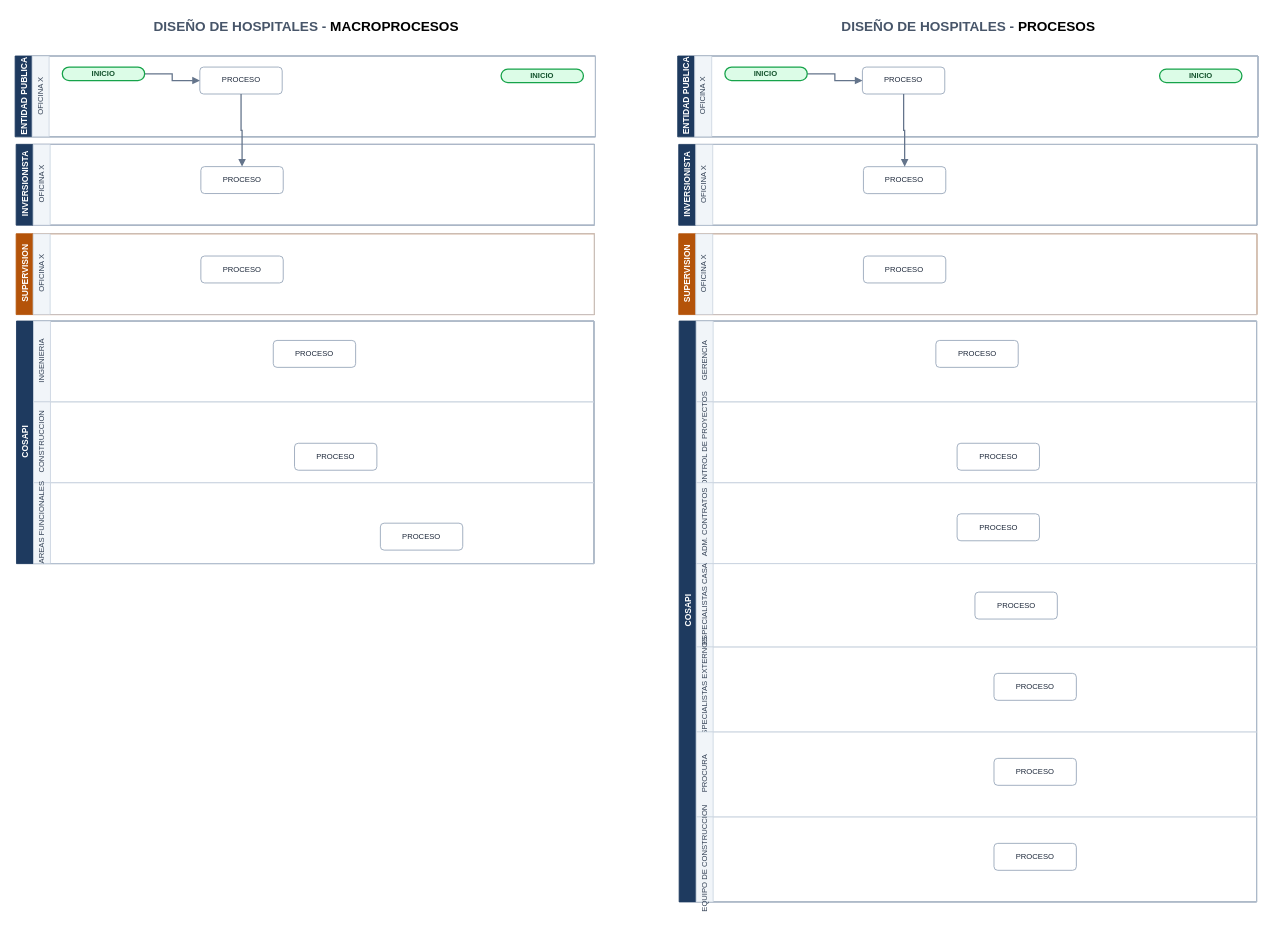
The draw.io diagram flujogramas_v2/Mapa_Diseno_de_Hospitales_revA.drawio in ehchavezm-hub/15-otazangaro, before the edit. Source tidied: cells renumbered, new cells numbered last; positions are measured from the earlier drawing's top-left corner, leaving out a move shared by most shapes. Both pictures are drawn from the tidied source at 85%, with x=0, y=0 at pixel (14, 14).
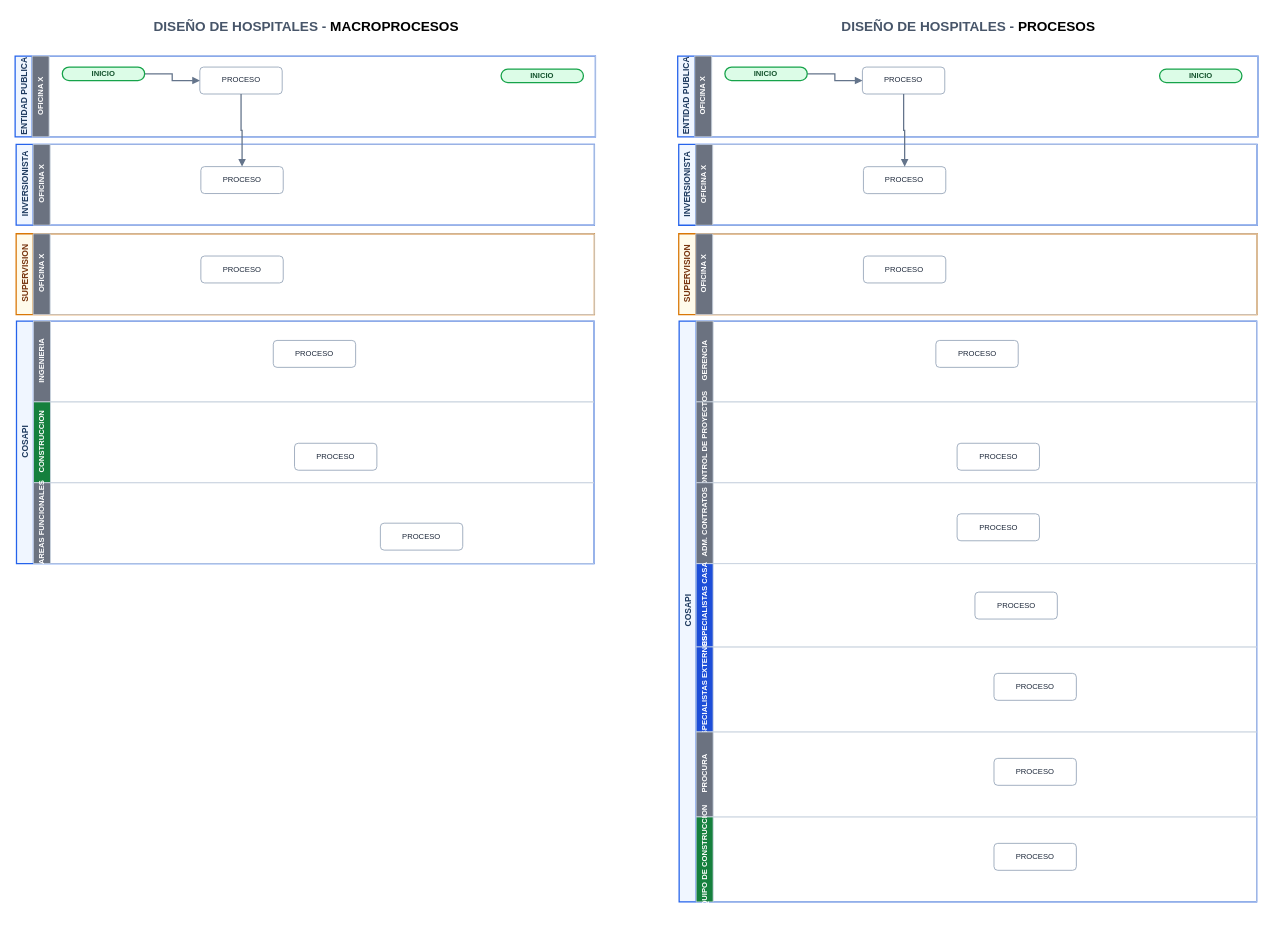
After the change.

What changed in the source:
```diff
@@
-    <mxCell id="3" value="INVERSIONISTA" style="swimlane;startFill=1;horizontal=0;startSize=20;html=1;fillColor=#1E3A5F;strokeColor=#1E3A5F;fontColor=#FFFFFF;fontFamily=Helvetica;fontSize=10;fontStyle=1;swimlaneLine=1;" parent="1" vertex="1">
+    <mxCell id="3" value="INVERSIONISTA" style="swimlane;startFill=0;horizontal=0;startSize=20;html=1;swimlaneLine=1;fillColor=#F0F6FF;strokeColor=#2563EB;strokeWidth=1.5;fontColor=#1E3A5F;fontFamily=Helvetica;fontSize=10;fontStyle=1;" parent="1" vertex="1">
       <mxGeometry x="1.5" y="152.3" width="680.3" height="95.1" as="geometry" />
     </mxCell>
-    <mxCell id="4" value="OFICINA X" style="swimlane;startFill=1;swimlaneLine=1;startSize=20;horizontal=0;html=1;fillColor=#F1F5F9;strokeColor=#CBD5E1;fontColor=#334155;fontFamily=Helvetica;fontSize=9;fontStyle=0;" parent="3" vertex="1">
+    <mxCell id="4" value="OFICINA X" style="swimlane;startFill=1;swimlaneLine=1;startSize=20;horizontal=0;html=1;fillColor=#6B7280;strokeColor=#CBD5E1;fontColor=#FFFFFF;fontFamily=Helvetica;fontSize=9;fontStyle=1;" parent="3" vertex="1">
       <mxGeometry x="20" width="660.3" height="95.1" as="geometry" />
     </mxCell>
@@
-    <mxCell id="6" value="COSAPI" style="swimlane;startFill=1;horizontal=0;startSize=20;html=1;fillColor=#1E3A5F;strokeColor=#1E3A5F;fontColor=#FFFFFF;fontFamily=Helvetica;fontSize=10;fontStyle=1;swimlaneLine=1;" parent="1" vertex="1">
+    <mxCell id="6" value="COSAPI" style="swimlane;startFill=0;horizontal=0;startSize=20;html=1;swimlaneLine=1;fillColor=#F0F6FF;strokeColor=#2563EB;strokeWidth=1.5;fontColor=#1E3A5F;fontFamily=Helvetica;fontSize=10;fontStyle=1;" parent="1" vertex="1">
       <mxGeometry x="1.9" y="360.2" width="679.4" height="285.4" as="geometry" />
     </mxCell>
-    <mxCell id="7" value="INGENIERIA" style="swimlane;startFill=1;swimlaneLine=1;startSize=20;horizontal=0;html=1;fillColor=#F1F5F9;strokeColor=#CBD5E1;fontColor=#334155;fontFamily=Helvetica;fontSize=9;fontStyle=0;" parent="6" vertex="1">
+    <mxCell id="7" value="INGENIERIA" style="swimlane;startFill=1;swimlaneLine=1;startSize=20;horizontal=0;html=1;fillColor=#6B7280;strokeColor=#CBD5E1;fontColor=#FFFFFF;fontFamily=Helvetica;fontSize=9;fontStyle=1;" parent="6" vertex="1">
       <mxGeometry x="20" width="659.4" height="95.1" as="geometry" />
     </mxCell>
-    <mxCell id="8" value="CONSTRUCCION" style="swimlane;startFill=1;swimlaneLine=1;startSize=20;horizontal=0;html=1;fillColor=#F1F5F9;strokeColor=#CBD5E1;fontColor=#334155;fontFamily=Helvetica;fontSize=9;fontStyle=0;" parent="6" vertex="1">
+    <mxCell id="8" value="CONSTRUCCION" style="swimlane;startFill=1;swimlaneLine=1;startSize=20;horizontal=0;html=1;fillColor=#15803D;strokeColor=#CBD5E1;fontColor=#FFFFFF;fontFamily=Helvetica;fontSize=9;fontStyle=1;" parent="6" vertex="1">
       <mxGeometry x="20" y="95.1" width="659.4" height="95.1" as="geometry" />
     </mxCell>
-    <mxCell id="9" value="AREAS FUNCIONALES" style="swimlane;startFill=1;swimlaneLine=1;startSize=20;horizontal=0;html=1;fillColor=#F1F5F9;strokeColor=#CBD5E1;fontColor=#334155;fontFamily=Helvetica;fontSize=9;fontStyle=0;" parent="6" vertex="1">
+    <mxCell id="9" value="AREAS FUNCIONALES" style="swimlane;startFill=1;swimlaneLine=1;startSize=20;horizontal=0;html=1;fillColor=#6B7280;strokeColor=#CBD5E1;fontColor=#FFFFFF;fontFamily=Helvetica;fontSize=9;fontStyle=1;" parent="6" vertex="1">
       <mxGeometry x="20" y="190.2" width="659.4" height="95.1" as="geometry" />
     </mxCell>
-    <mxCell id="10" value="ENTIDAD PUBLICA" style="swimlane;startFill=1;horizontal=0;startSize=20;html=1;fillColor=#1E3A5F;strokeColor=#1E3A5F;fontColor=#FFFFFF;fontFamily=Helvetica;fontSize=10;fontStyle=1;swimlaneLine=1;" parent="1" vertex="1">
+    <mxCell id="10" value="ENTIDAD PUBLICA" style="swimlane;startFill=0;horizontal=0;startSize=20;html=1;swimlaneLine=1;fillColor=#F0F6FF;strokeColor=#2563EB;strokeWidth=1.5;fontColor=#1E3A5F;fontFamily=Helvetica;fontSize=10;fontStyle=1;" parent="1" vertex="1">
       <mxGeometry x="0.3" y="48.4" width="682.7" height="95.1" as="geometry" />
     </mxCell>
-    <mxCell id="11" value="OFICINA X" style="swimlane;startFill=1;swimlaneLine=1;startSize=20;horizontal=0;html=1;fillColor=#F1F5F9;strokeColor=#CBD5E1;fontColor=#334155;fontFamily=Helvetica;fontSize=9;fontStyle=0;" parent="10" vertex="1">
+    <mxCell id="11" value="OFICINA X" style="swimlane;startFill=1;swimlaneLine=1;startSize=20;horizontal=0;html=1;fillColor=#6B7280;strokeColor=#CBD5E1;fontColor=#FFFFFF;fontFamily=Helvetica;fontSize=9;fontStyle=1;" parent="10" vertex="1">
       <mxGeometry x="20" width="662.7" height="95.1" as="geometry" />
     </mxCell>
@@
-    <mxCell id="17" value="SUPERVISION" style="swimlane;startFill=1;horizontal=0;startSize=20;html=1;fillColor=#B45309;strokeColor=#B45309;fontColor=#FFFFFF;fontFamily=Helvetica;fontSize=10;fontStyle=1;swimlaneLine=1;" parent="1" vertex="1">
+    <mxCell id="17" value="SUPERVISION" style="swimlane;startFill=0;horizontal=0;startSize=20;html=1;swimlaneLine=1;fillColor=#FFFBEB;strokeColor=#D97706;strokeWidth=1.5;fontColor=#78350F;fontFamily=Helvetica;fontSize=10;fontStyle=1;" parent="1" vertex="1">
       <mxGeometry x="1.5" y="257.5" width="680.3" height="95.1" as="geometry" />
     </mxCell>
-    <mxCell id="18" value="OFICINA X" style="swimlane;startFill=1;swimlaneLine=1;startSize=20;horizontal=0;html=1;fillColor=#F1F5F9;strokeColor=#CBD5E1;fontColor=#334155;fontFamily=Helvetica;fontSize=9;fontStyle=0;" parent="17" vertex="1">
+    <mxCell id="18" value="OFICINA X" style="swimlane;startFill=1;swimlaneLine=1;startSize=20;horizontal=0;html=1;fillColor=#6B7280;strokeColor=#CBD5E1;fontColor=#FFFFFF;fontFamily=Helvetica;fontSize=9;fontStyle=1;" parent="17" vertex="1">
       <mxGeometry x="20" width="660.3" height="95.1" as="geometry" />
     </mxCell>
@@
-    <mxCell id="23" value="INVERSIONISTA" style="swimlane;startFill=1;horizontal=0;startSize=20;html=1;fillColor=#1E3A5F;strokeColor=#1E3A5F;fontColor=#FFFFFF;fontFamily=Helvetica;fontSize=10;fontStyle=1;swimlaneLine=1;" parent="1" vertex="1">
+    <mxCell id="23" value="INVERSIONISTA" style="swimlane;startFill=0;horizontal=0;startSize=20;html=1;swimlaneLine=1;fillColor=#F0F6FF;strokeColor=#2563EB;strokeWidth=1.5;fontColor=#1E3A5F;fontFamily=Helvetica;fontSize=10;fontStyle=1;" parent="1" vertex="1">
       <mxGeometry x="781" y="152.4" width="680.3" height="95.1" as="geometry" />
     </mxCell>
-    <mxCell id="24" value="OFICINA X" style="swimlane;startFill=1;swimlaneLine=1;startSize=20;horizontal=0;html=1;fillColor=#F1F5F9;strokeColor=#CBD5E1;fontColor=#334155;fontFamily=Helvetica;fontSize=9;fontStyle=0;" parent="23" vertex="1">
+    <mxCell id="24" value="OFICINA X" style="swimlane;startFill=1;swimlaneLine=1;startSize=20;horizontal=0;html=1;fillColor=#6B7280;strokeColor=#CBD5E1;fontColor=#FFFFFF;fontFamily=Helvetica;fontSize=9;fontStyle=1;" parent="23" vertex="1">
       <mxGeometry x="20" width="660.3" height="95.1" as="geometry" />
     </mxCell>
@@
-    <mxCell id="26" value="COSAPI" style="swimlane;startFill=1;horizontal=0;startSize=20;html=1;fillColor=#1E3A5F;strokeColor=#1E3A5F;fontColor=#FFFFFF;fontFamily=Helvetica;fontSize=10;fontStyle=1;swimlaneLine=1;" parent="1" vertex="1">
+    <mxCell id="26" value="COSAPI" style="swimlane;startFill=0;horizontal=0;startSize=20;html=1;swimlaneLine=1;fillColor=#F0F6FF;strokeColor=#2563EB;strokeWidth=1.5;fontColor=#1E3A5F;fontFamily=Helvetica;fontSize=10;fontStyle=1;" parent="1" vertex="1">
       <mxGeometry x="781.5" y="360.2" width="679.4" height="683.4" as="geometry" />
     </mxCell>
-    <mxCell id="27" value="GERENCIA" style="swimlane;startFill=1;swimlaneLine=1;startSize=20;horizontal=0;html=1;fillColor=#F1F5F9;strokeColor=#CBD5E1;fontColor=#334155;fontFamily=Helvetica;fontSize=9;fontStyle=0;" parent="26" vertex="1">
+    <mxCell id="27" value="GERENCIA" style="swimlane;startFill=1;swimlaneLine=1;startSize=20;horizontal=0;html=1;fillColor=#6B7280;strokeColor=#CBD5E1;fontColor=#FFFFFF;fontFamily=Helvetica;fontSize=9;fontStyle=1;" parent="26" vertex="1">
       <mxGeometry x="20" width="659.4" height="95.1" as="geometry" />
     </mxCell>
-    <mxCell id="28" value="CONTROL DE PROYECTOS" style="swimlane;startFill=1;swimlaneLine=1;startSize=20;horizontal=0;html=1;fillColor=#F1F5F9;strokeColor=#CBD5E1;fontColor=#334155;fontFamily=Helvetica;fontSize=9;fontStyle=0;" parent="26" vertex="1">
+    <mxCell id="28" value="CONTROL DE PROYECTOS" style="swimlane;startFill=1;swimlaneLine=1;startSize=20;horizontal=0;html=1;fillColor=#6B7280;strokeColor=#CBD5E1;fontColor=#FFFFFF;fontFamily=Helvetica;fontSize=9;fontStyle=1;" parent="26" vertex="1">
       <mxGeometry x="20" y="95.1" width="659.4" height="95.1" as="geometry" />
     </mxCell>
-    <mxCell id="29" value="ADM. CONTRATOS" style="swimlane;startFill=1;swimlaneLine=1;startSize=20;horizontal=0;html=1;fillColor=#F1F5F9;strokeColor=#CBD5E1;fontColor=#334155;fontFamily=Helvetica;fontSize=9;fontStyle=0;" parent="26" vertex="1">
+    <mxCell id="29" value="ADM. CONTRATOS" style="swimlane;startFill=1;swimlaneLine=1;startSize=20;horizontal=0;html=1;fillColor=#6B7280;strokeColor=#CBD5E1;fontColor=#FFFFFF;fontFamily=Helvetica;fontSize=9;fontStyle=1;" parent="26" vertex="1">
       <mxGeometry x="20" y="190.2" width="659.4" height="95.1" as="geometry" />
     </mxCell>
-    <mxCell id="30" value="ESPECIALISTAS CASA" style="swimlane;startFill=1;swimlaneLine=1;startSize=20;horizontal=0;html=1;fillColor=#F1F5F9;strokeColor=#CBD5E1;fontColor=#334155;fontFamily=Helvetica;fontSize=9;fontStyle=0;" parent="26" vertex="1">
+    <mxCell id="30" value="ESPECIALISTAS CASA" style="swimlane;startFill=1;swimlaneLine=1;startSize=20;horizontal=0;html=1;fillColor=#1D4ED8;strokeColor=#CBD5E1;fontColor=#FFFFFF;fontFamily=Helvetica;fontSize=9;fontStyle=1;" parent="26" vertex="1">
       <mxGeometry x="20" y="285.4" width="659.4" height="98.1" as="geometry" />
     </mxCell>
@@
-    <mxCell id="32" value="ESPECIALISTAS EXTERNOS" style="swimlane;startFill=1;swimlaneLine=1;startSize=20;horizontal=0;html=1;fillColor=#F1F5F9;strokeColor=#CBD5E1;fontColor=#334155;fontFamily=Helvetica;fontSize=9;fontStyle=0;" parent="26" vertex="1">
+    <mxCell id="32" value="ESPECIALISTAS EXTERNOS" style="swimlane;startFill=1;swimlaneLine=1;startSize=20;horizontal=0;html=1;fillColor=#1D4ED8;strokeColor=#CBD5E1;fontColor=#FFFFFF;fontFamily=Helvetica;fontSize=9;fontStyle=1;" parent="26" vertex="1">
       <mxGeometry x="20" y="383.4" width="659.4" height="100" as="geometry" />
     </mxCell>
@@
-    <mxCell id="34" value="PROCURA" style="swimlane;startFill=1;swimlaneLine=1;startSize=20;horizontal=0;html=1;fillColor=#F1F5F9;strokeColor=#CBD5E1;fontColor=#334155;fontFamily=Helvetica;fontSize=9;fontStyle=0;" parent="26" vertex="1">
+    <mxCell id="34" value="PROCURA" style="swimlane;startFill=1;swimlaneLine=1;startSize=20;horizontal=0;html=1;fillColor=#6B7280;strokeColor=#CBD5E1;fontColor=#FFFFFF;fontFamily=Helvetica;fontSize=9;fontStyle=1;" parent="26" vertex="1">
       <mxGeometry x="20" y="483.4" width="659.4" height="100" as="geometry" />
     </mxCell>
@@
-    <mxCell id="36" value="EQUIPO DE CONSTRUCCION" style="swimlane;startFill=1;swimlaneLine=1;startSize=20;horizontal=0;html=1;fillColor=#F1F5F9;strokeColor=#CBD5E1;fontColor=#334155;fontFamily=Helvetica;fontSize=9;fontStyle=0;" parent="26" vertex="1">
+    <mxCell id="36" value="EQUIPO DE CONSTRUCCION" style="swimlane;startFill=1;swimlaneLine=1;startSize=20;horizontal=0;html=1;fillColor=#15803D;strokeColor=#CBD5E1;fontColor=#FFFFFF;fontFamily=Helvetica;fontSize=9;fontStyle=1;" parent="26" vertex="1">
       <mxGeometry x="20" y="583.4" width="659.4" height="100" as="geometry" />
     </mxCell>
@@
-    <mxCell id="38" value="ENTIDAD PUBLICA" style="swimlane;startFill=1;horizontal=0;startSize=20;html=1;fillColor=#1E3A5F;strokeColor=#1E3A5F;fontColor=#FFFFFF;fontFamily=Helvetica;fontSize=10;fontStyle=1;swimlaneLine=1;" parent="1" vertex="1">
+    <mxCell id="38" value="ENTIDAD PUBLICA" style="swimlane;startFill=0;horizontal=0;startSize=20;html=1;swimlaneLine=1;fillColor=#F0F6FF;strokeColor=#2563EB;strokeWidth=1.5;fontColor=#1E3A5F;fontFamily=Helvetica;fontSize=10;fontStyle=1;" parent="1" vertex="1">
       <mxGeometry x="779.8" y="48.4" width="682.7" height="95.1" as="geometry" />
     </mxCell>
-    <mxCell id="39" value="OFICINA X" style="swimlane;startFill=1;swimlaneLine=1;startSize=20;horizontal=0;html=1;fillColor=#F1F5F9;strokeColor=#CBD5E1;fontColor=#334155;fontFamily=Helvetica;fontSize=9;fontStyle=0;" parent="38" vertex="1">
+    <mxCell id="39" value="OFICINA X" style="swimlane;startFill=1;swimlaneLine=1;startSize=20;horizontal=0;html=1;fillColor=#6B7280;strokeColor=#CBD5E1;fontColor=#FFFFFF;fontFamily=Helvetica;fontSize=9;fontStyle=1;" parent="38" vertex="1">
       <mxGeometry x="20" width="662.7" height="95.1" as="geometry" />
     </mxCell>
@@
-    <mxCell id="45" value="SUPERVISION" style="swimlane;startFill=1;horizontal=0;startSize=20;html=1;fillColor=#B45309;strokeColor=#B45309;fontColor=#FFFFFF;fontFamily=Helvetica;fontSize=10;fontStyle=1;swimlaneLine=1;" parent="1" vertex="1">
+    <mxCell id="45" value="SUPERVISION" style="swimlane;startFill=0;horizontal=0;startSize=20;html=1;swimlaneLine=1;fillColor=#FFFBEB;strokeColor=#D97706;strokeWidth=1.5;fontColor=#78350F;fontFamily=Helvetica;fontSize=10;fontStyle=1;" parent="1" vertex="1">
       <mxGeometry x="781" y="257.5" width="680.3" height="95.1" as="geometry" />
     </mxCell>
-    <mxCell id="46" value="OFICINA X" style="swimlane;startFill=1;swimlaneLine=1;startSize=20;horizontal=0;html=1;fillColor=#F1F5F9;strokeColor=#CBD5E1;fontColor=#334155;fontFamily=Helvetica;fontSize=9;fontStyle=0;" parent="45" vertex="1">
+    <mxCell id="46" value="OFICINA X" style="swimlane;startFill=1;swimlaneLine=1;startSize=20;horizontal=0;html=1;fillColor=#6B7280;strokeColor=#CBD5E1;fontColor=#FFFFFF;fontFamily=Helvetica;fontSize=9;fontStyle=1;" parent="45" vertex="1">
       <mxGeometry x="20" width="660.3" height="95.1" as="geometry" />
     </mxCell>
```
